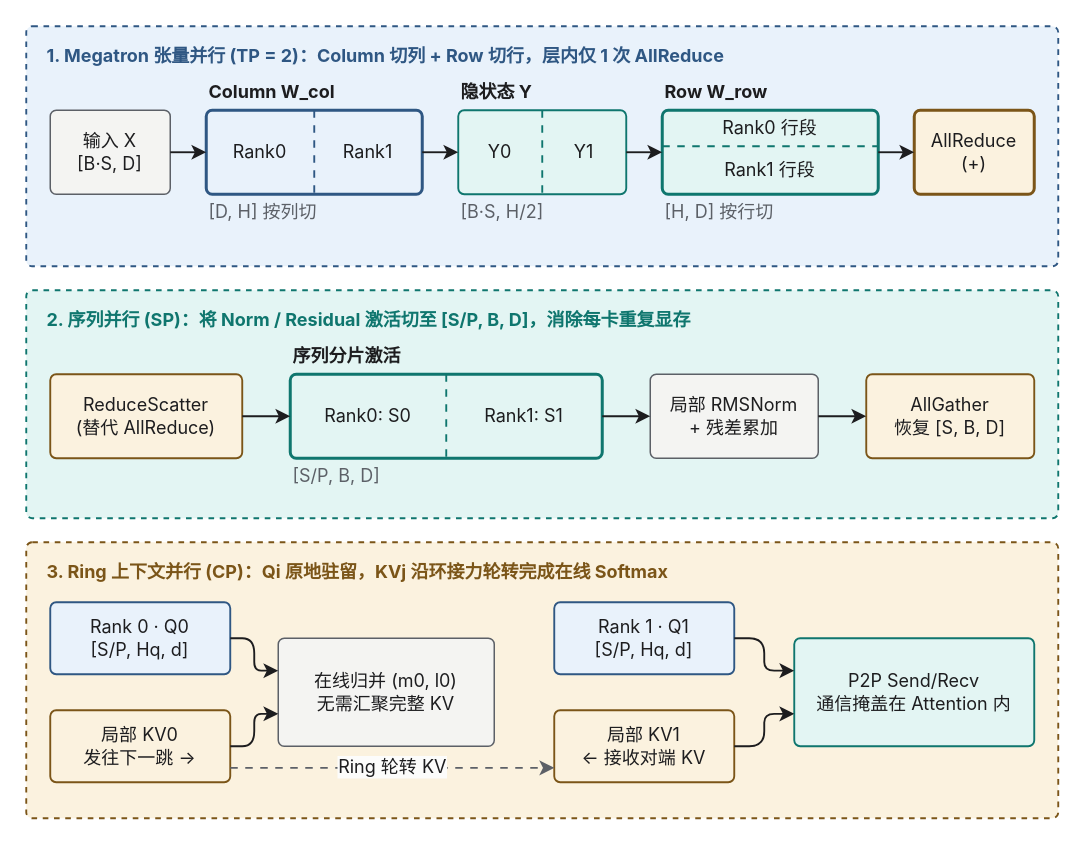
Earlier version of the draw.io diagram src/content/posts/distributed/02-parallelism-and-disaggregation/diagrams/02-tp-sp-sharding.drawio (xingcanlee/infra-note). Source tidied: cells renumbered, new cells numbered last; positions are measured from the earlier drawing's top-left corner, leaving out a move shared by most shapes. Both pictures are drawn from the tidied source at 150%, with x=0, y=0 at pixel (26, 26).
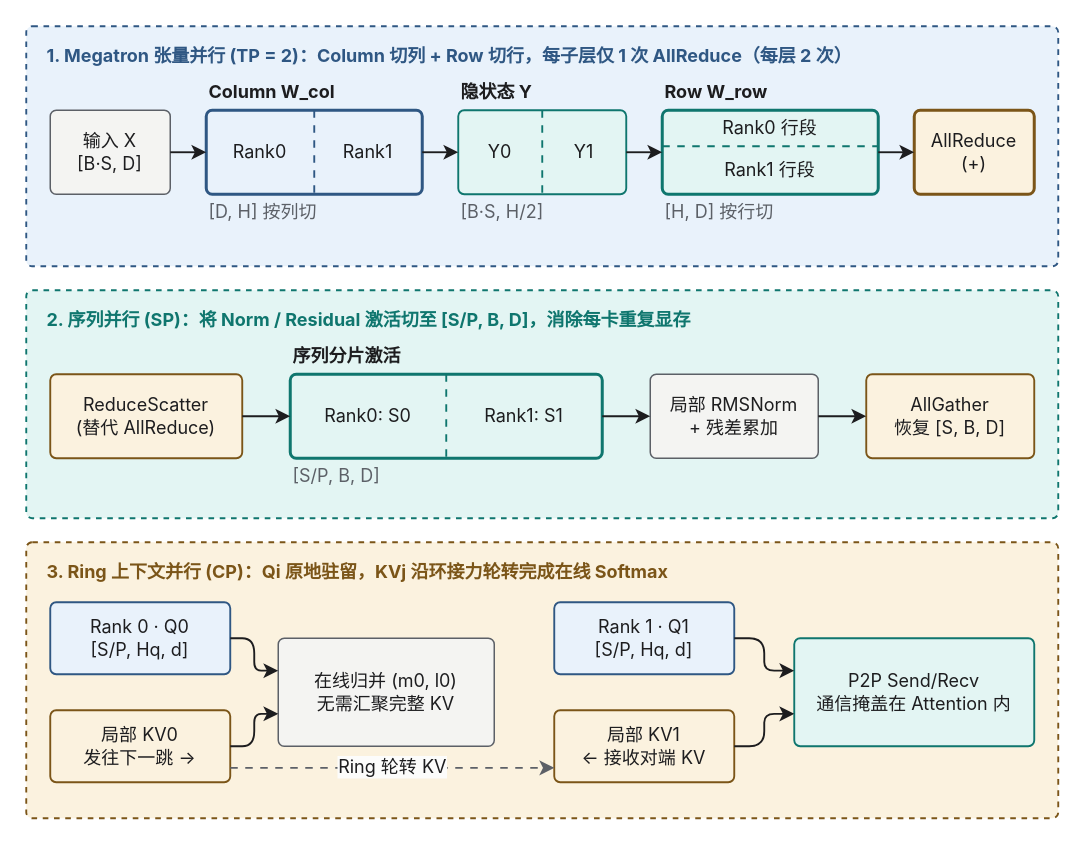
The same page after the edit.

Diff of the diagram source:
```diff
@@
-    <mxCell id="2" value="1. Megatron 张量并行 (TP = 2)：Column 切列 + Row 切行，层内仅 1 次 AllReduce" style="rounded=1;absoluteArcSize=1;arcSize=8;whiteSpace=wrap;html=1;fillColor=#e9f2fb;strokeColor=#2f5783;strokeWidth=1.25;dashed=1;verticalAlign=top;align=left;spacingLeft=12;spacingTop=6;fontFamily=Inter;fontSize=12;fontStyle=1;fontColor=#2f5783;" parent="1" vertex="1">
+    <mxCell id="2" value="1. Megatron 张量并行 (TP = 2)：Column 切列 + Row 切行，每子层仅 1 次 AllReduce（每层 2 次）" style="rounded=1;absoluteArcSize=1;arcSize=8;whiteSpace=wrap;html=1;fillColor=#e9f2fb;strokeColor=#2f5783;strokeWidth=1.25;dashed=1;verticalAlign=top;align=left;spacingLeft=12;spacingTop=6;fontFamily=Inter;fontSize=12;fontStyle=1;fontColor=#2f5783;" parent="1" vertex="1">
       <mxGeometry width="688" height="160" as="geometry" />
     </mxCell>
```
